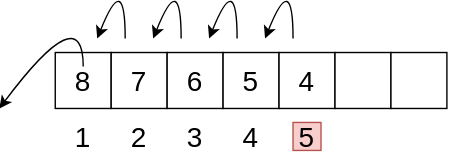
This is Explainers/ArrayRemoveBeginning.svg from RamseyNjire/coding-challenges-solved-and-explained, a draw.io export, as it was before one commit. Source tidied: cells renumbered, new cells last; positions are measured from the earlier drawing's top-left corner, leaving out a move shared by most shapes.
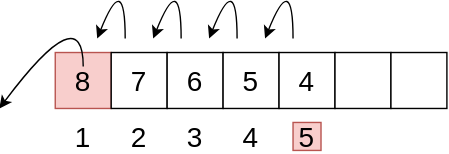
The same file after the commit.

Diff of the diagram source:
```diff
@@ -2,7 +2,7 @@
   <root>
     <mxCell id="0" />
     <mxCell id="1" parent="0" />
-    <mxCell id="2" style="whiteSpace=wrap;html=1;" parent="1" vertex="1">
+    <mxCell id="2" style="whiteSpace=wrap;html=1;fillColor=#f8cecc;strokeColor=#b85450;" parent="1" vertex="1">
       <mxGeometry x="40" y="60" width="40" height="40" as="geometry" />
     </mxCell>
     <mxCell id="3" style="whiteSpace=wrap;html=1;" parent="1" vertex="1">
```
